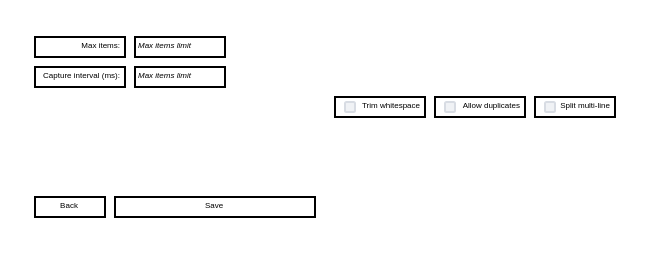
charles-m-knox/go-fltk-clipboard keeps this draw.io diagram as page "Landscape Settings" (4 of 4) of ui.drawio. Above is the earlier version. Source tidied: cells renumbered, new cells numbered last; positions are measured from the earlier drawing's top-left corner, leaving out a move shared by most shapes. Both pictures are drawn from the tidied source at 200%, with x=0, y=0 at pixel (34, 36).
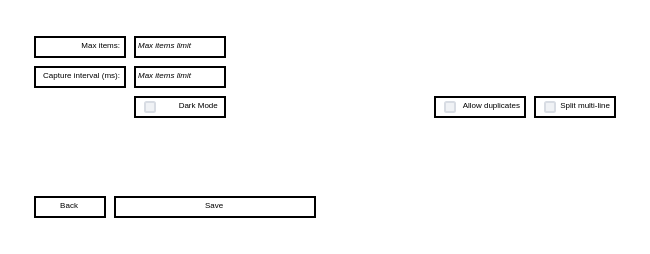
The same page after the edit.

Commit message (it also covers changes not shown here):
dark mode implementation

Change to the diagram source:
```diff
@@
 <mxGraphModel>
   <root>
     <mxCell id="0" />
     <mxCell id="1" parent="0" />
     <mxCell id="2" value="&lt;p style=&quot;line-height: 120%; font-size: 4px;&quot;&gt;Back&lt;/p&gt;" style="rounded=0;whiteSpace=wrap;html=1;" parent="1" vertex="1">
       <mxGeometry y="80" width="35" height="10" as="geometry" />
     </mxCell>
     <mxCell id="3" value="&lt;p style=&quot;line-height: 120%; font-size: 4px;&quot;&gt;Save&lt;/p&gt;" style="rounded=0;whiteSpace=wrap;html=1;" parent="1" vertex="1">
       <mxGeometry x="40" y="80" width="100" height="10" as="geometry" />
     </mxCell>
     <mxCell id="4" value="&lt;p style=&quot;line-height: 120%; font-size: 4px;&quot;&gt;&lt;i&gt;Max items limit&lt;/i&gt;&lt;/p&gt;" style="rounded=0;whiteSpace=wrap;html=1;align=left;" parent="1" vertex="1">
       <mxGeometry x="50" width="45" height="10" as="geometry" />
     </mxCell>
-    <mxCell id="5" value="&lt;p style=&quot;line-height: 120%; font-size: 4px;&quot;&gt;Trim whitespace&lt;/p&gt;" style="rounded=0;whiteSpace=wrap;html=1;align=right;" parent="1" vertex="1">
-      <mxGeometry x="150" y="30" width="45" height="10" as="geometry" />
+    <mxCell id="5" value="&lt;p style=&quot;line-height: 120%; font-size: 4px;&quot;&gt;Dark Mode&amp;nbsp;&lt;/p&gt;" style="rounded=0;whiteSpace=wrap;html=1;align=right;" parent="1" vertex="1">
+      <mxGeometry x="50" y="30" width="45" height="10" as="geometry" />
     </mxCell>
     <mxCell id="6" style="rounded=1;fillColor=#F0F2F5;strokeColor=#D8DCE3;align=left;verticalAlign=middle;fontStyle=0;fontSize=12;labelPosition=right;verticalLabelPosition=middle;spacingLeft=10;html=1;shadow=0;dashed=0;" parent="1" vertex="1">
-      <mxGeometry x="155" y="32.5" width="5" height="5" as="geometry" />
+      <mxGeometry x="55" y="32.5" width="5" height="5" as="geometry" />
     </mxCell>
     <mxCell id="7" value="&lt;p style=&quot;line-height: 120%; font-size: 4px;&quot;&gt;Allow duplicates&lt;/p&gt;" style="rounded=0;whiteSpace=wrap;html=1;align=right;" parent="1" vertex="1">
       <mxGeometry x="200" y="30" width="45" height="10" as="geometry" />
     </mxCell>
     <mxCell id="8" style="rounded=1;fillColor=#F0F2F5;strokeColor=#D8DCE3;align=left;verticalAlign=middle;fontStyle=0;fontSize=12;labelPosition=right;verticalLabelPosition=middle;spacingLeft=10;html=1;shadow=0;dashed=0;" parent="1" vertex="1">
       <mxGeometry x="205" y="32.5" width="5" height="5" as="geometry" />
     </mxCell>
     <mxCell id="9" value="&lt;p style=&quot;line-height: 120%; font-size: 4px;&quot;&gt;Split multi-line&lt;/p&gt;" style="rounded=0;whiteSpace=wrap;html=1;align=right;" parent="1" vertex="1">
       <mxGeometry x="250" y="30" width="40" height="10" as="geometry" />
     </mxCell>
     <mxCell id="10" style="rounded=1;fillColor=#F0F2F5;strokeColor=#D8DCE3;align=left;verticalAlign=middle;fontStyle=0;fontSize=12;labelPosition=right;verticalLabelPosition=middle;spacingLeft=10;html=1;shadow=0;dashed=0;" parent="1" vertex="1">
       <mxGeometry x="255" y="32.5" width="5" height="5" as="geometry" />
     </mxCell>
     <mxCell id="11" value="&lt;p style=&quot;line-height: 120%; font-size: 4px;&quot;&gt;&lt;span style=&quot;font-style: normal;&quot;&gt;Max items:&lt;/span&gt;&lt;/p&gt;" style="rounded=0;whiteSpace=wrap;html=1;fontStyle=2;align=right;" parent="1" vertex="1">
       <mxGeometry width="45" height="10" as="geometry" />
     </mxCell>
     <mxCell id="12" value="&lt;p style=&quot;line-height: 120%; font-size: 4px;&quot;&gt;&lt;i&gt;Max items limit&lt;/i&gt;&lt;/p&gt;" style="rounded=0;whiteSpace=wrap;html=1;align=left;" parent="1" vertex="1">
       <mxGeometry x="50" y="15" width="45" height="10" as="geometry" />
     </mxCell>
     <mxCell id="13" value="&lt;p style=&quot;line-height: 120%; font-size: 4px;&quot;&gt;&lt;span style=&quot;font-style: normal;&quot;&gt;Capture interval (ms):&lt;/span&gt;&lt;/p&gt;" style="rounded=0;whiteSpace=wrap;html=1;fontStyle=2;align=right;" parent="1" vertex="1">
       <mxGeometry y="15" width="45" height="10" as="geometry" />
     </mxCell>
   </root>
 </mxGraphModel>
```
